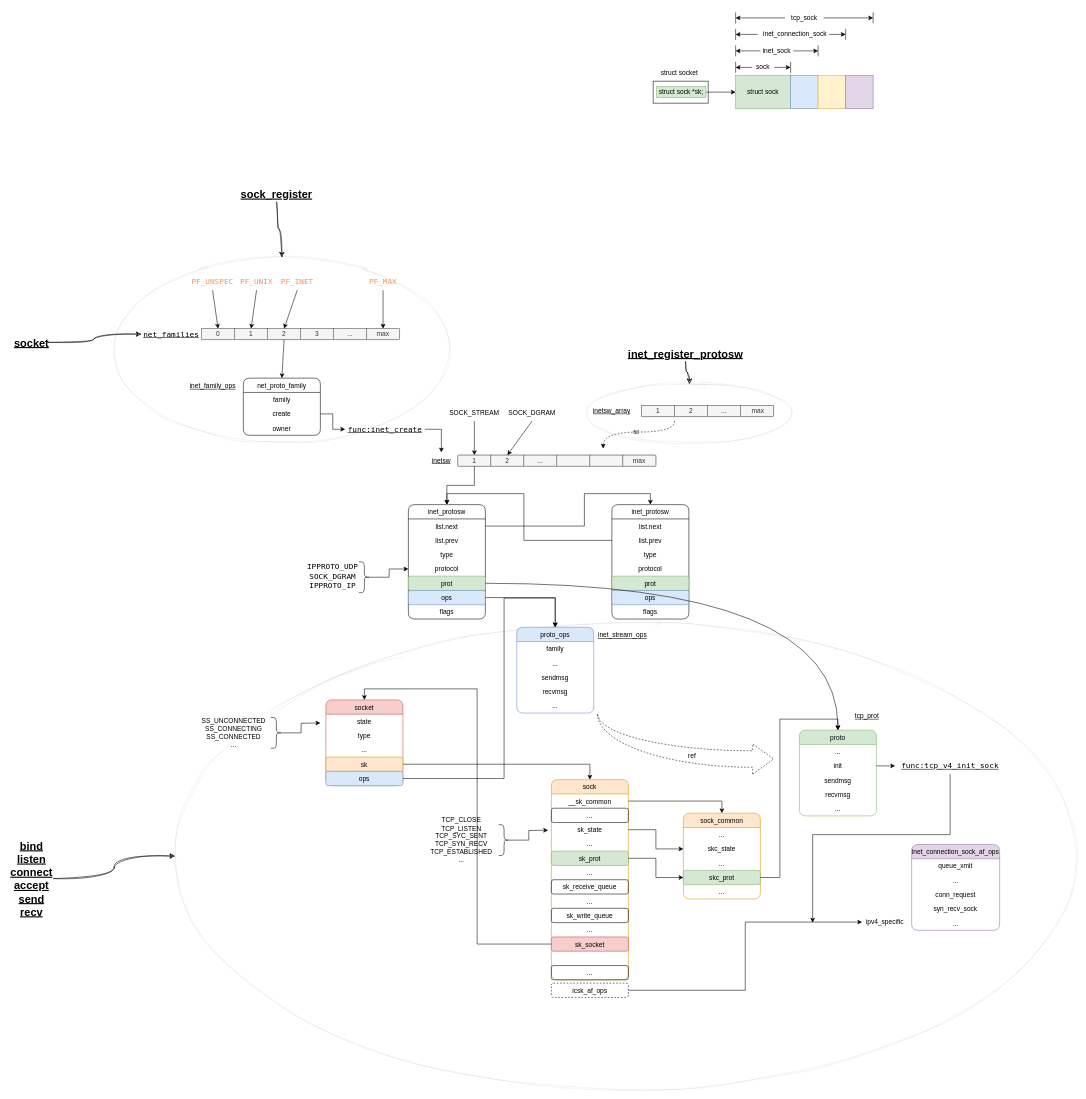
Above: page "socket" (2 of 9) of kernel.drawio in adinxu/draw.io (draw.io), before the change. Source tidied: cells renumbered, new cells numbered last; positions are measured from the earlier drawing's top-left corner, leaving out a move shared by most shapes. Both pictures are drawn from the tidied source at 55%, with x=0, y=0 at pixel (9, 9).
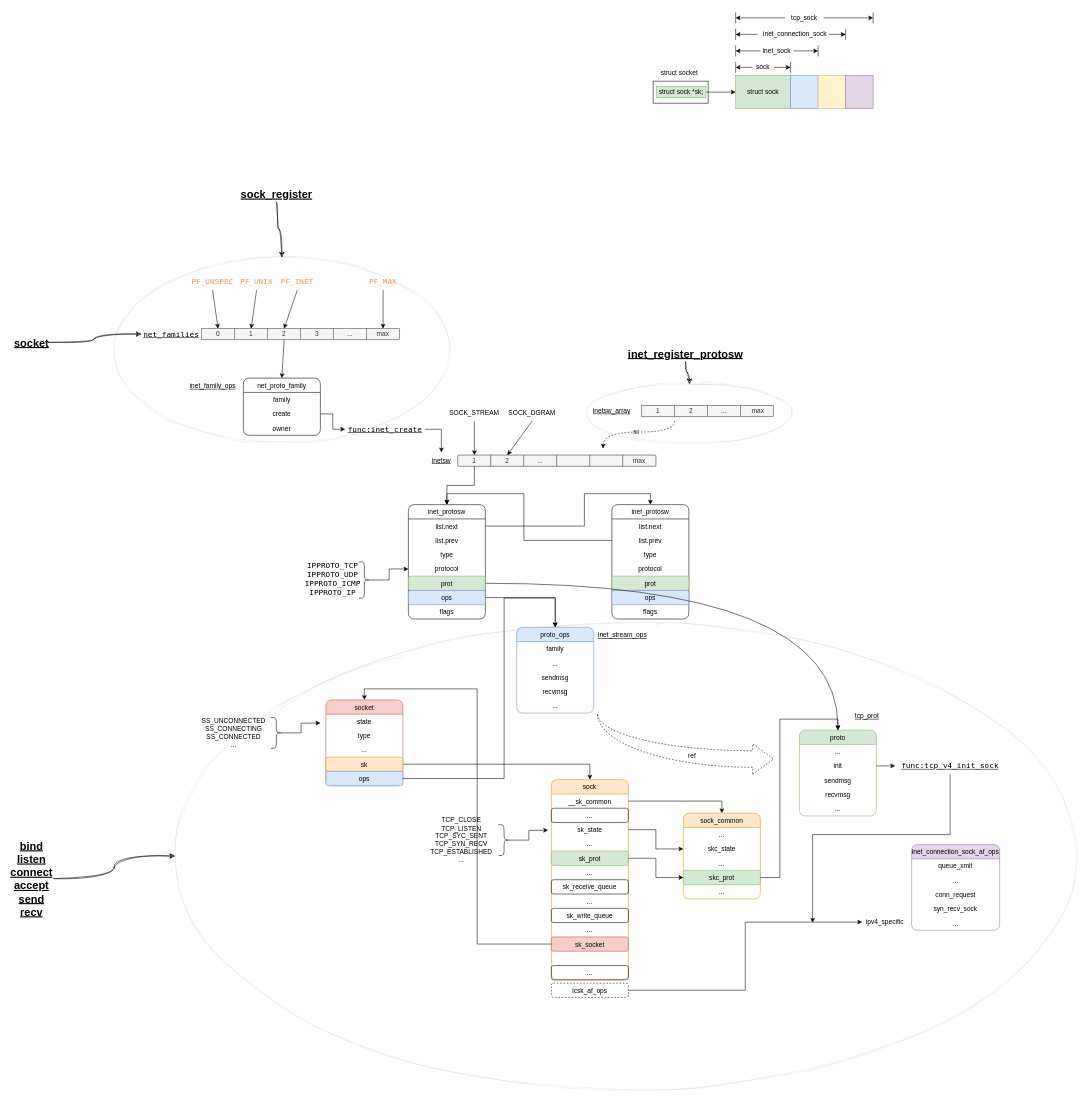
Above is the later version.

The edit, as a diff of the source:
```diff
@@
     <mxCell id="74" style="shape=curlyBracket;whiteSpace=wrap;html=1;rounded=1;flipH=1;labelPosition=right;verticalLabelPosition=middle;align=left;verticalAlign=middle;" parent="1" vertex="1">
-      <mxGeometry x="635" y="1004" width="20" height="56" as="geometry" />
+      <mxGeometry x="635" y="1004" width="20" height="66" as="geometry" />
     </mxCell>
-    <mxCell id="75" value="&lt;span style=&quot;font-style: normal; font-variant-caps: normal; font-weight: 400; letter-spacing: normal; text-align: start; text-indent: 0px; text-transform: none; word-spacing: 0px; -webkit-text-stroke-width: 0px; text-decoration: none; caret-color: rgb(204, 204, 204); font-family: &amp;quot;Source Code Pro&amp;quot;, &amp;quot;DejaVu Sans Mono&amp;quot;, &amp;quot;Ubuntu Mono&amp;quot;, &amp;quot;Anonymous Pro&amp;quot;, &amp;quot;Droid Sans Mono&amp;quot;, Menlo, Monaco, Consolas, Inconsolata, Courier, monospace, &amp;quot;PingFang SC&amp;quot;, &amp;quot;Microsoft YaHei&amp;quot;, sans-serif; font-size: 14px; float: none; display: inline !important;&quot;&gt;IPPROTO_UDP&lt;br&gt;SOCK_DGRAM&lt;br&gt;IPPROTO_IP&lt;br&gt;&lt;/span&gt;" style="text;html=1;strokeColor=none;fillColor=none;align=center;verticalAlign=middle;whiteSpace=wrap;rounded=0;labelBackgroundColor=none;fontColor=default;" parent="1" vertex="1">
-      <mxGeometry x="535" y="1000" width="105" height="60" as="geometry" />
+    <mxCell id="75" value="&lt;div&gt;&lt;span style=&quot;font-style: normal; font-variant-caps: normal; font-weight: 400; letter-spacing: normal; text-align: start; text-indent: 0px; text-transform: none; word-spacing: 0px; -webkit-text-stroke-width: 0px; text-decoration: none; caret-color: rgb(204, 204, 204); font-family: &amp;quot;Source Code Pro&amp;quot;, &amp;quot;DejaVu Sans Mono&amp;quot;, &amp;quot;Ubuntu Mono&amp;quot;, &amp;quot;Anonymous Pro&amp;quot;, &amp;quot;Droid Sans Mono&amp;quot;, Menlo, Monaco, Consolas, Inconsolata, Courier, monospace, &amp;quot;PingFang SC&amp;quot;, &amp;quot;Microsoft YaHei&amp;quot;, sans-serif; font-size: 14px; float: none; display: inline !important;&quot;&gt;IPPROTO_TCP&lt;br&gt;&lt;/span&gt;&lt;/div&gt;&lt;span style=&quot;font-style: normal; font-variant-caps: normal; font-weight: 400; letter-spacing: normal; text-align: start; text-indent: 0px; text-transform: none; word-spacing: 0px; -webkit-text-stroke-width: 0px; text-decoration: none; caret-color: rgb(204, 204, 204); font-family: &amp;quot;Source Code Pro&amp;quot;, &amp;quot;DejaVu Sans Mono&amp;quot;, &amp;quot;Ubuntu Mono&amp;quot;, &amp;quot;Anonymous Pro&amp;quot;, &amp;quot;Droid Sans Mono&amp;quot;, Menlo, Monaco, Consolas, Inconsolata, Courier, monospace, &amp;quot;PingFang SC&amp;quot;, &amp;quot;Microsoft YaHei&amp;quot;, sans-serif; font-size: 14px; float: none; display: inline !important;&quot;&gt;IPPROTO_UDP&lt;br&gt;IPPROTO_ICMP&lt;br&gt;IPPROTO_IP&lt;br&gt;&lt;/span&gt;" style="text;html=1;strokeColor=none;fillColor=none;align=center;verticalAlign=middle;whiteSpace=wrap;rounded=0;labelBackgroundColor=none;fontColor=default;" parent="1" vertex="1">
+      <mxGeometry x="535" y="1000" width="105" height="70" as="geometry" />
     </mxCell>
```
